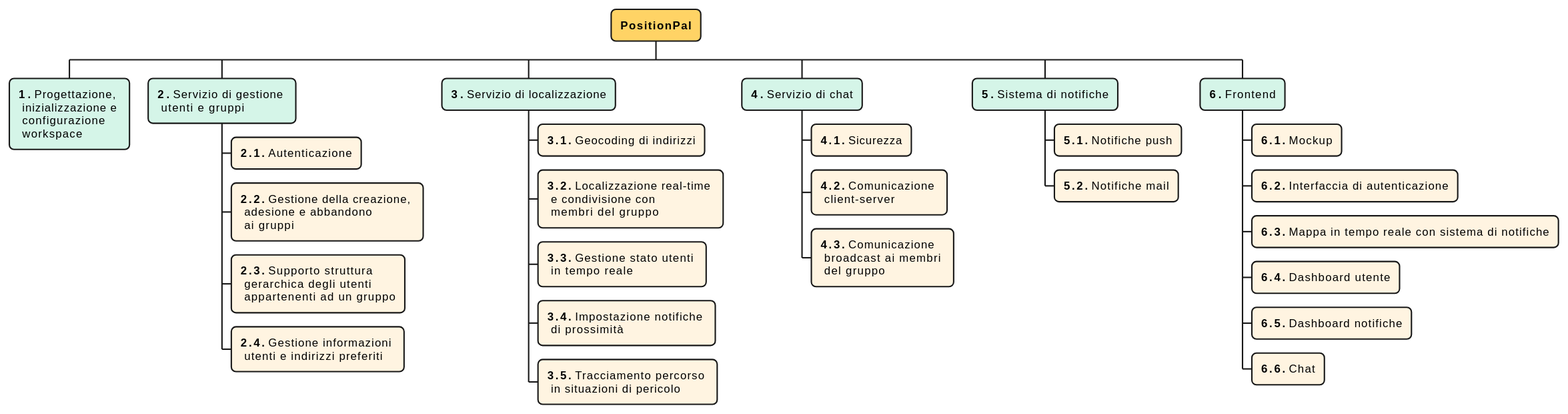
This is res/rbs.svg from position-pal/PM-report, a PlantUML export, as it was before one commit.
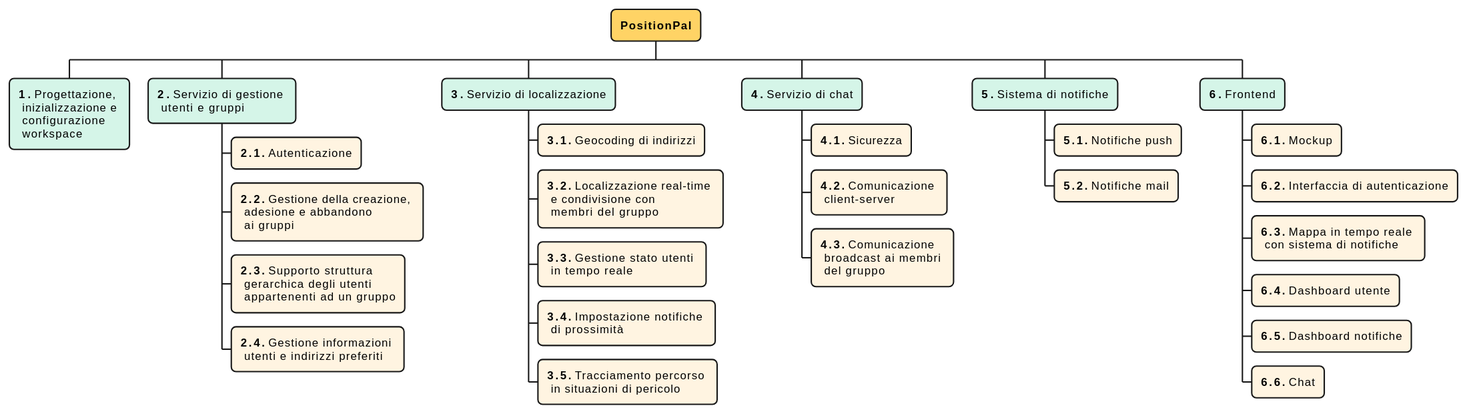
The same diagram one commit later.

Diff of the diagram source:
```diff
@@ -46,7 +46,7 @@
 ++ **6.** Frontend
 +++ **6.1.** Mockup
 +++ **6.2.** Interfaccia di autenticazione
-+++ **6.3.** Mappa in tempo reale con sistema di notifiche
++++ **6.3.** Mappa in tempo reale \n con sistema di notifiche
 +++ **6.4.** Dashboard utente
 +++ **6.5.** Dashboard notifiche
 +++ **6.6.** Chat
```
